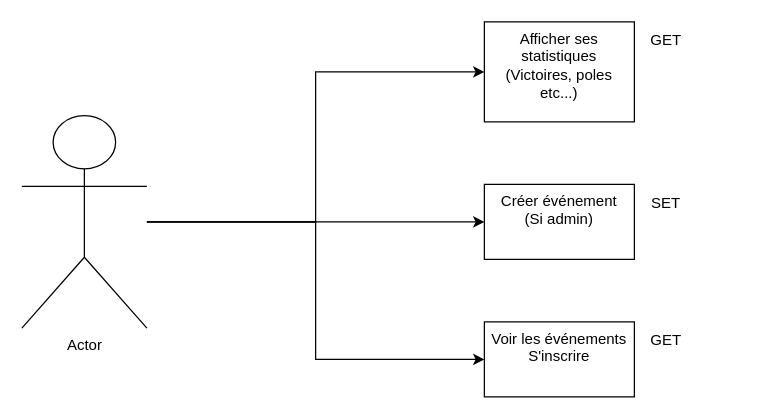
Earlier version of the draw.io diagram User.drawio (Tahyme/GTH3). Source tidied: cells renumbered, new cells numbered last; positions are measured from the earlier drawing's top-left corner, leaving out a move shared by most shapes. Both pictures are drawn from the tidied source at 125%, with x=0, y=0 at pixel (21, 21).
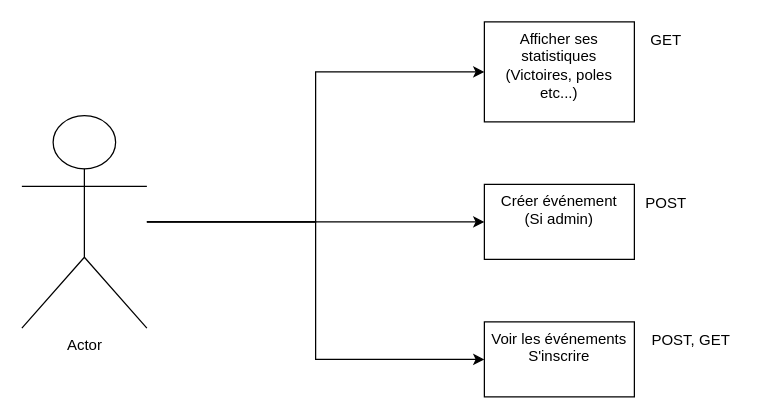
After the change.

Commit message (it also covers changes not shown here):
Mettre à jour User.drawio

What changed in the source:
```diff
@@
 <mxGraphModel>
   <root>
     <mxCell id="0" />
     <mxCell id="1" parent="0" />
     <mxCell id="2" style="edgeStyle=orthogonalEdgeStyle;rounded=0;jettySize=auto;html=1;" parent="1" edge="1" source="5" target="6">
       <mxGeometry relative="1" as="geometry" />
     </mxCell>
     <mxCell id="3" style="edgeStyle=orthogonalEdgeStyle;rounded=0;jettySize=auto;html=1;" parent="1" edge="1" source="5" target="7">
       <mxGeometry relative="1" as="geometry" />
     </mxCell>
     <mxCell id="4" style="edgeStyle=orthogonalEdgeStyle;rounded=0;jettySize=auto;html=1;" parent="1" edge="1" source="5" target="8">
       <mxGeometry relative="1" as="geometry" />
     </mxCell>
     <mxCell id="5" value="Actor" style="shape=umlActor;verticalLabelPosition=bottom;verticalAlign=top;html=1;outlineConnect=0;" parent="1" vertex="1">
       <mxGeometry y="75" width="100" height="170" as="geometry" />
     </mxCell>
     <mxCell id="6" value="Créer événement&lt;br&gt;(Si admin)" style="whiteSpace=wrap;html=1;verticalAlign=top;" parent="1" vertex="1">
       <mxGeometry x="370" y="130" width="120" height="60" as="geometry" />
     </mxCell>
     <mxCell id="7" value="Voir les événements&lt;br&gt;S'inscrire" style="whiteSpace=wrap;html=1;verticalAlign=top;" parent="1" vertex="1">
       <mxGeometry x="370" y="240" width="120" height="60" as="geometry" />
     </mxCell>
     <mxCell id="8" value="Afficher ses&lt;br&gt;statistiques&lt;br&gt;(Victoires, poles etc...)" style="whiteSpace=wrap;html=1;verticalAlign=top;" parent="1" vertex="1">
       <mxGeometry x="370" width="120" height="80" as="geometry" />
     </mxCell>
     <mxCell id="9" value="GET" style="text;html=1;align=center;verticalAlign=middle;strokeColor=none;fillColor=none;" parent="1" vertex="1">
       <mxGeometry x="490" width="50" height="30" as="geometry" />
     </mxCell>
-    <mxCell id="10" value="SET" style="text;html=1;align=center;verticalAlign=middle;strokeColor=none;fillColor=none;" parent="1" vertex="1">
-      <mxGeometry x="490" y="130" width="50" height="30" as="geometry" />
+    <mxCell id="10" value="POST" style="text;html=1;align=center;verticalAlign=middle;strokeColor=none;fillColor=none;" parent="1" vertex="1">
+      <mxGeometry x="485" y="130" width="60" height="30" as="geometry" />
     </mxCell>
-    <mxCell id="11" value="GET" style="text;html=1;align=center;verticalAlign=middle;strokeColor=none;fillColor=none;" parent="1" vertex="1">
-      <mxGeometry x="490" y="240" width="50" height="30" as="geometry" />
+    <mxCell id="11" value="POST, GET" style="text;html=1;align=center;verticalAlign=middle;strokeColor=none;fillColor=none;" parent="1" vertex="1">
+      <mxGeometry x="490" y="240" width="90" height="30" as="geometry" />
     </mxCell>
   </root>
 </mxGraphModel>
```
